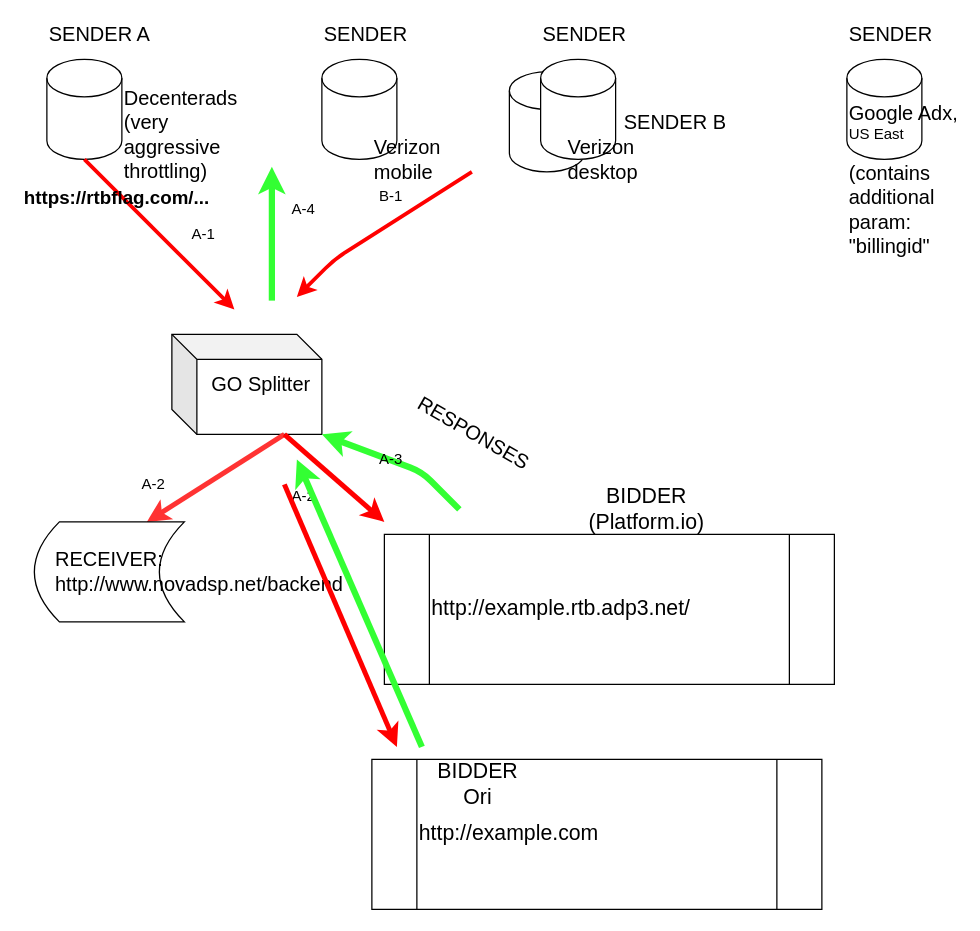
Earlier version of the draw.io diagram Untitled Diagram.drawio (jenbrannstrom/rtb-listener). Source tidied: cells renumbered, new cells numbered last; positions are measured from the earlier drawing's top-left corner, leaving out a move shared by most shapes. Both pictures are drawn from the tidied source at 125%, with x=0, y=0 at pixel (21, 21).
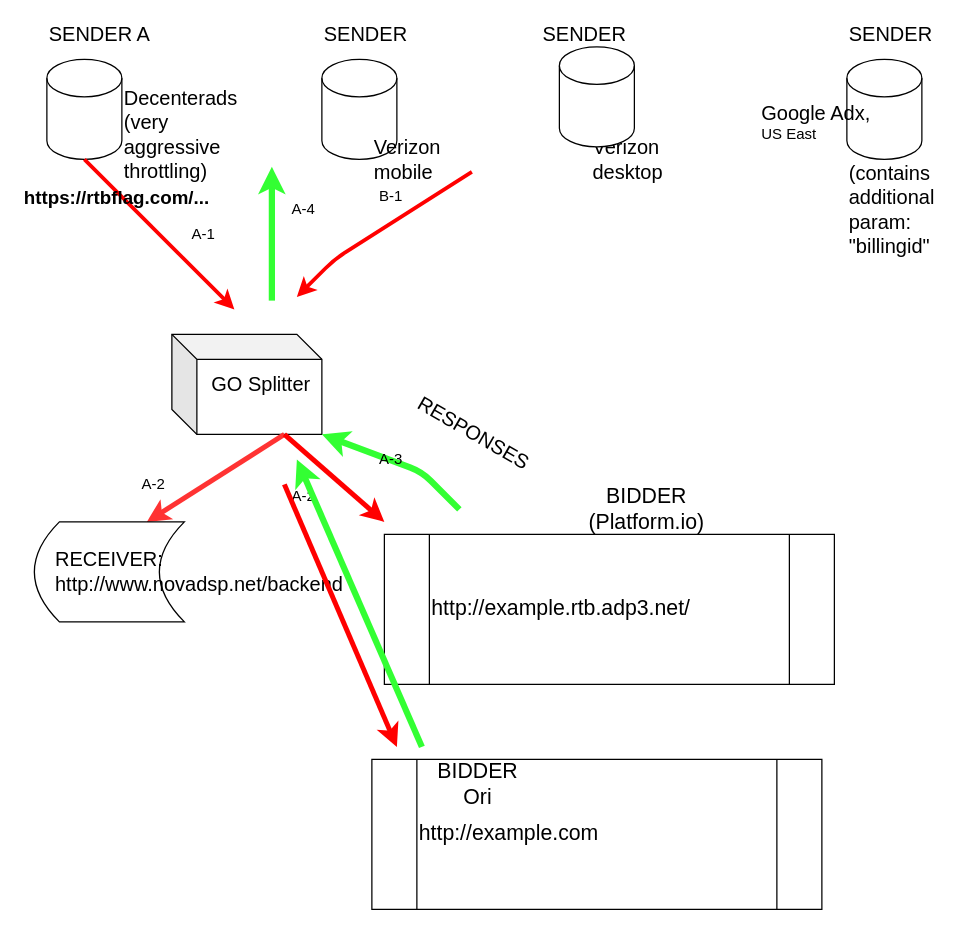
The same page after the edit.

Change to the diagram source:
```diff
@@
-    <mxCell id="18" style="shape=cylinder3;whiteSpace=wrap;html=1;boundedLbl=1;backgroundOutline=1;size=15;" parent="1" vertex="1">
-      <mxGeometry x="390" y="40" width="60" height="80" as="geometry" />
-    </mxCell>
@@
-    <mxCell id="20" value="&lt;span style=&quot;font-size: 16px&quot;&gt;SENDER B&lt;/span&gt;" style="text;html=1;strokeColor=none;fillColor=none;align=left;verticalAlign=middle;whiteSpace=wrap;rounded=0;" parent="1" vertex="1">
-      <mxGeometry x="480" y="70" width="90" height="20" as="geometry" />
-    </mxCell>
-    <mxCell id="21" style="shape=cylinder3;whiteSpace=wrap;html=1;boundedLbl=1;backgroundOutline=1;size=15;" parent="1" vertex="1">
-      <mxGeometry x="415" y="30" width="60" height="80" as="geometry" />
-    </mxCell>
@@
     <mxCell id="27" value="&lt;span style=&quot;font-size: 16px&quot;&gt;Verizon desktop&lt;/span&gt;" style="text;html=1;strokeColor=none;fillColor=none;align=left;verticalAlign=middle;whiteSpace=wrap;rounded=0;" parent="1" vertex="1">
-      <mxGeometry x="435" y="100" width="90" height="20" as="geometry" />
+      <mxGeometry x="455" y="100" width="90" height="20" as="geometry" />
     </mxCell>
@@
     <mxCell id="37" value="&lt;span style=&quot;font-size: 16px&quot;&gt;Google Adx,&lt;br&gt;&lt;/span&gt;US East" style="text;html=1;strokeColor=none;fillColor=none;align=left;verticalAlign=middle;whiteSpace=wrap;rounded=0;" parent="1" vertex="1">
-      <mxGeometry x="660" y="60" width="90" height="40" as="geometry" />
+      <mxGeometry x="590" y="60" width="90" height="40" as="geometry" />
     </mxCell>
@@
+    <mxCell id="41" style="shape=cylinder3;whiteSpace=wrap;html=1;boundedLbl=1;backgroundOutline=1;size=15;" parent="1" vertex="1">
+      <mxGeometry x="430" y="20" width="60" height="80" as="geometry" />
+    </mxCell>
```
